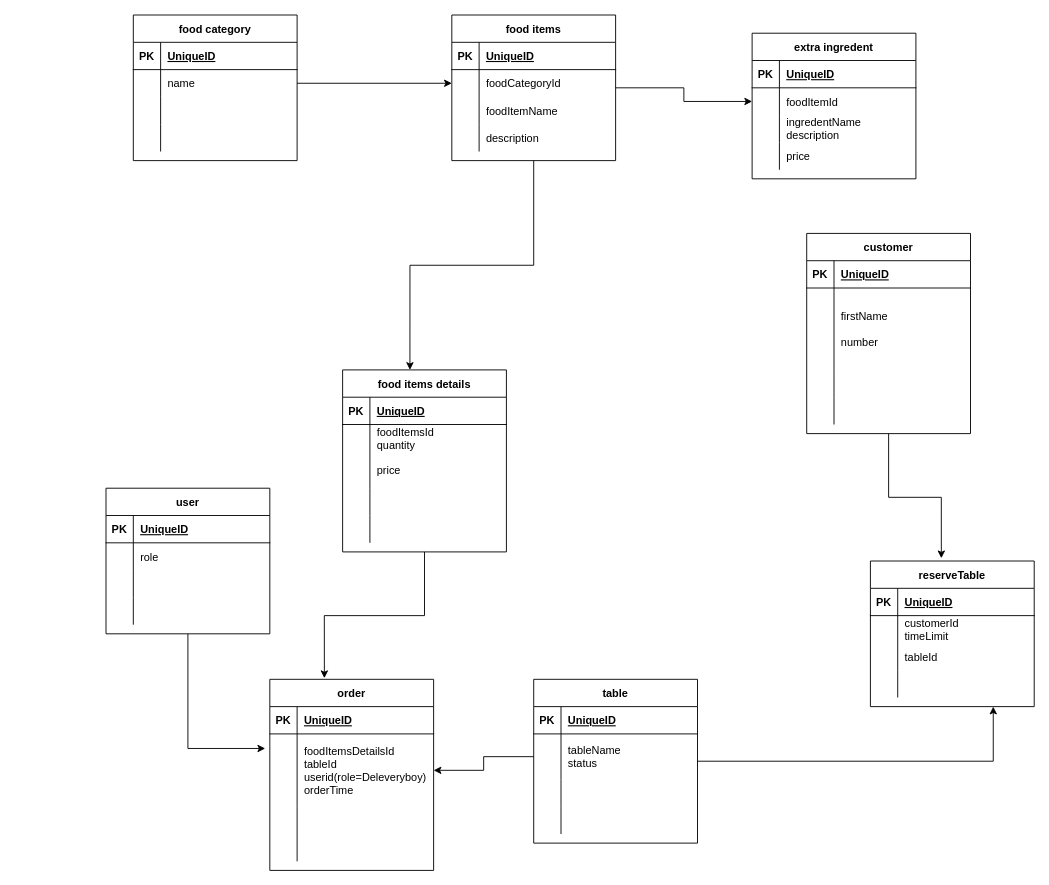
Earlier version of the draw.io diagram pointofsale.drawio (zaryabali786/erdDiagram). Source tidied: cells renumbered, new cells numbered last; positions are measured from the earlier drawing's top-left corner, leaving out a move shared by most shapes. Both pictures are drawn from the tidied source at 91%, with x=0, y=0 at pixel (106, 15).
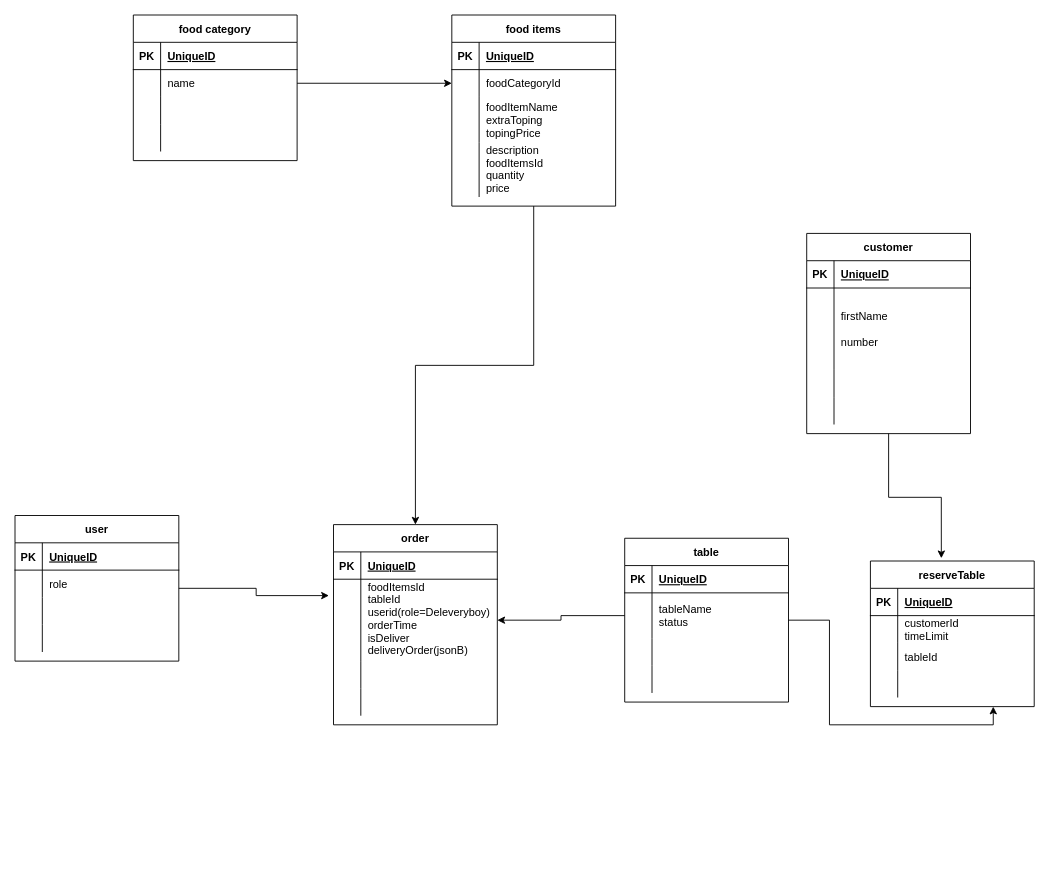
Above is the later version.

Change to the diagram source:
```diff
@@
     <mxCell id="2" value="order" style="shape=table;startSize=30;childLayout=tableLayout;rowLines=0;fontStyle=1;align=center;" parent="1" vertex="1">
-      <mxGeometry x="180" y="730" width="180" height="210" as="geometry" />
+      <mxGeometry x="250" y="560" width="180" height="220" as="geometry" />
     </mxCell>
@@
     <mxCell id="6" style="shape=tableRow;horizontal=0;startSize=0;swimlaneHead=0;swimlaneBody=0;fillColor=none;points=[[0,0.5],[1,0.5]];portConstraint=eastwest;top=0;left=0;right=0;bottom=0;" parent="2" vertex="1">
-      <mxGeometry y="60" width="180" height="80" as="geometry" />
+      <mxGeometry y="60" width="180" height="90" as="geometry" />
     </mxCell>
     <mxCell id="7" style="shape=partialRectangle;fillColor=none;top=0;left=0;bottom=0;right=0;overflow=hidden;" parent="6" vertex="1">
-      <mxGeometry width="30" height="80" as="geometry" />
+      <mxGeometry width="30" height="90" as="geometry" />
     </mxCell>
-    <mxCell id="8" value="foodItemsDetailsId&#10;tableId&#10;userid(role=Deleveryboy)&#10;orderTime" style="shape=partialRectangle;fillColor=none;top=0;left=0;bottom=0;right=0;align=left;spacingLeft=6;overflow=hidden;" parent="6" vertex="1">
-      <mxGeometry x="30" width="150" height="80" as="geometry" />
+    <mxCell id="8" value="foodItemsId&#10;tableId&#10;userid(role=Deleveryboy)&#10;orderTime&#10;isDeliver&#10;deliveryOrder(jsonB)&#10;" style="shape=partialRectangle;fillColor=none;top=0;left=0;bottom=0;right=0;align=left;spacingLeft=6;overflow=hidden;" parent="6" vertex="1">
+      <mxGeometry x="30" width="150" height="90" as="geometry" />
     </mxCell>
     <mxCell id="9" style="shape=tableRow;horizontal=0;startSize=0;swimlaneHead=0;swimlaneBody=0;fillColor=none;top=0;left=0;right=0;bottom=0;" parent="2" vertex="1">
-      <mxGeometry y="140" width="180" height="30" as="geometry" />
+      <mxGeometry y="150" width="180" height="30" as="geometry" />
     </mxCell>
@@
     <mxCell id="12" style="shape=tableRow;horizontal=0;startSize=0;swimlaneHead=0;swimlaneBody=0;fillColor=none;top=0;left=0;right=0;bottom=0;" parent="2" vertex="1">
-      <mxGeometry y="170" width="180" height="30" as="geometry" />
+      <mxGeometry y="180" width="180" height="30" as="geometry" />
     </mxCell>
@@
     <mxCell id="16" value="table" style="shape=table;startSize=30;childLayout=tableLayout;rowLines=0;fontStyle=1;align=center;" parent="1" vertex="1">
-      <mxGeometry x="470" y="730" width="180" height="180" as="geometry" />
+      <mxGeometry x="570" y="575" width="180" height="180" as="geometry" />
     </mxCell>
@@
-    <mxCell id="30" style="edgeStyle=orthogonalEdgeStyle;rounded=0;jettySize=auto;html=1;entryX=0.333;entryY=-0.006;entryDx=0;entryDy=0;entryPerimeter=0;" parent="1" edge="1" source="31" target="2">
-      <mxGeometry relative="1" as="geometry" />
-    </mxCell>
-    <mxCell id="31" value="food items details" style="shape=table;startSize=30;childLayout=tableLayout;rowLines=0;fontStyle=1;align=center;" parent="1" vertex="1">
-      <mxGeometry x="260" y="390" width="180" height="200" as="geometry" />
-    </mxCell>
-    <mxCell id="32" style="shape=tableRow;horizontal=0;startSize=0;swimlaneHead=0;swimlaneBody=0;fillColor=none;top=0;left=0;right=0;bottom=1;" parent="31" vertex="1">
-      <mxGeometry y="30" width="180" height="30" as="geometry" />
-    </mxCell>
-    <mxCell id="33" value="PK" style="shape=partialRectangle;fillColor=none;top=0;left=0;bottom=0;right=0;fontStyle=1;overflow=hidden;" parent="32" vertex="1">
-      <mxGeometry width="30" height="30" as="geometry" />
-    </mxCell>
-    <mxCell id="34" value="UniqueID" style="shape=partialRectangle;fillColor=none;top=0;left=0;bottom=0;right=0;align=left;spacingLeft=6;fontStyle=5;overflow=hidden;" parent="32" vertex="1">
-      <mxGeometry x="30" width="150" height="30" as="geometry" />
-    </mxCell>
-    <mxCell id="35" style="shape=tableRow;horizontal=0;startSize=0;swimlaneHead=0;swimlaneBody=0;fillColor=none;top=0;left=0;right=0;bottom=0;" parent="31" vertex="1">
-      <mxGeometry y="60" width="180" height="70" as="geometry" />
-    </mxCell>
-    <mxCell id="36" style="shape=partialRectangle;fillColor=none;top=0;left=0;bottom=0;right=0;overflow=hidden;" parent="35" vertex="1">
-      <mxGeometry width="30" height="70" as="geometry" />
-    </mxCell>
-    <mxCell id="37" value="foodItemsId&#10;quantity&#10;&#10;price&#10;" style="shape=partialRectangle;fillColor=none;top=0;left=0;bottom=0;right=0;align=left;spacingLeft=6;overflow=hidden;" parent="35" vertex="1">
-      <mxGeometry x="30" width="150" height="70" as="geometry" />
-    </mxCell>
-    <mxCell id="38" style="shape=tableRow;horizontal=0;startSize=0;swimlaneHead=0;swimlaneBody=0;fillColor=none;top=0;left=0;right=0;bottom=0;" parent="31" vertex="1">
-      <mxGeometry y="130" width="180" height="30" as="geometry" />
-    </mxCell>
-    <mxCell id="39" style="shape=partialRectangle;fillColor=none;top=0;left=0;bottom=0;right=0;overflow=hidden;" parent="38" vertex="1">
-      <mxGeometry width="30" height="30" as="geometry" />
-    </mxCell>
-    <mxCell id="40" style="shape=partialRectangle;fillColor=none;top=0;left=0;bottom=0;right=0;align=left;spacingLeft=6;overflow=hidden;" parent="38" vertex="1">
-      <mxGeometry x="30" width="150" height="30" as="geometry" />
-    </mxCell>
-    <mxCell id="41" style="shape=tableRow;horizontal=0;startSize=0;swimlaneHead=0;swimlaneBody=0;fillColor=none;top=0;left=0;right=0;bottom=0;" parent="31" vertex="1">
-      <mxGeometry y="160" width="180" height="30" as="geometry" />
-    </mxCell>
-    <mxCell id="42" style="shape=partialRectangle;fillColor=none;top=0;left=0;bottom=0;right=0;overflow=hidden;" parent="41" vertex="1">
-      <mxGeometry width="30" height="30" as="geometry" />
-    </mxCell>
-    <mxCell id="43" style="shape=partialRectangle;fillColor=none;top=0;left=0;bottom=0;right=0;align=left;spacingLeft=6;overflow=hidden;" parent="41" vertex="1">
-      <mxGeometry x="30" width="150" height="30" as="geometry" />
-    </mxCell>
@@
     <mxCell id="59" value="user" style="shape=table;startSize=30;childLayout=tableLayout;rowLines=0;fontStyle=1;align=center;" parent="1" vertex="1">
-      <mxGeometry y="520" width="180" height="160" as="geometry" />
+      <mxGeometry x="-100" y="550" width="180" height="160" as="geometry" />
     </mxCell>
@@
-    <mxCell id="85" style="edgeStyle=orthogonalEdgeStyle;rounded=0;jettySize=auto;html=1;entryX=0.411;entryY=0;entryDx=0;entryDy=0;entryPerimeter=0;" parent="1" edge="1" source="87" target="31">
-      <mxGeometry relative="1" as="geometry" />
-    </mxCell>
-    <mxCell id="86" style="edgeStyle=orthogonalEdgeStyle;rounded=0;jettySize=auto;html=1;entryX=0;entryY=0.5;entryDx=0;entryDy=0;" parent="1" edge="1" source="87" target="105">
-      <mxGeometry relative="1" as="geometry" />
-    </mxCell>
+    <mxCell id="127" style="edgeStyle=orthogonalEdgeStyle;rounded=0;jettySize=auto;html=1;entryX=0.5;entryY=0;entryDx=0;entryDy=0;" parent="1" edge="1" source="87" target="2">
+      <mxGeometry relative="1" as="geometry" />
+    </mxCell>
     <mxCell id="87" value="food items" style="shape=table;startSize=30;childLayout=tableLayout;rowLines=0;fontStyle=1;align=center;" parent="1" vertex="1">
-      <mxGeometry x="380" width="180" height="160" as="geometry" />
+      <mxGeometry x="380" width="180" height="210" as="geometry" />
     </mxCell>
@@
     <mxCell id="94" style="shape=tableRow;horizontal=0;startSize=0;swimlaneHead=0;swimlaneBody=0;fillColor=none;top=0;left=0;right=0;bottom=0;" parent="87" vertex="1">
-      <mxGeometry y="90" width="180" height="30" as="geometry" />
+      <mxGeometry y="90" width="180" height="50" as="geometry" />
     </mxCell>
     <mxCell id="95" style="shape=partialRectangle;fillColor=none;top=0;left=0;bottom=0;right=0;overflow=hidden;" parent="94" vertex="1">
-      <mxGeometry width="30" height="30" as="geometry" />
+      <mxGeometry width="30" height="50" as="geometry" />
     </mxCell>
-    <mxCell id="96" value="foodItemName" style="shape=partialRectangle;fillColor=none;top=0;left=0;bottom=0;right=0;align=left;spacingLeft=6;overflow=hidden;" parent="94" vertex="1">
-      <mxGeometry x="30" width="150" height="30" as="geometry" />
+    <mxCell id="96" value="foodItemName&#10;extraToping&#10;topingPrice" style="shape=partialRectangle;fillColor=none;top=0;left=0;bottom=0;right=0;align=left;spacingLeft=6;overflow=hidden;" parent="94" vertex="1">
+      <mxGeometry x="30" width="150" height="50" as="geometry" />
     </mxCell>
     <mxCell id="97" style="shape=tableRow;horizontal=0;startSize=0;swimlaneHead=0;swimlaneBody=0;fillColor=none;top=0;left=0;right=0;bottom=0;" parent="87" vertex="1">
-      <mxGeometry y="120" width="180" height="30" as="geometry" />
+      <mxGeometry y="140" width="180" height="60" as="geometry" />
     </mxCell>
     <mxCell id="98" style="shape=partialRectangle;fillColor=none;top=0;left=0;bottom=0;right=0;overflow=hidden;" parent="97" vertex="1">
-      <mxGeometry width="30" height="30" as="geometry" />
+      <mxGeometry width="30" height="60" as="geometry" />
     </mxCell>
-    <mxCell id="99" value="description" style="shape=partialRectangle;fillColor=none;top=0;left=0;bottom=0;right=0;align=left;spacingLeft=6;overflow=hidden;" parent="97" vertex="1">
-      <mxGeometry x="30" width="150" height="30" as="geometry" />
+    <mxCell id="99" value="description&#10;foodItemsId&#10;quantity&#10;price&#10;" style="shape=partialRectangle;fillColor=none;top=0;left=0;bottom=0;right=0;align=left;spacingLeft=6;overflow=hidden;" parent="97" vertex="1">
+      <mxGeometry x="30" width="150" height="60" as="geometry" />
     </mxCell>
@@
-    <mxCell id="101" value="extra ingredent" style="shape=table;startSize=30;childLayout=tableLayout;rowLines=0;fontStyle=1;align=center;" parent="1" vertex="1">
-      <mxGeometry x="710" y="20" width="180" height="160" as="geometry" />
-    </mxCell>
-    <mxCell id="102" style="shape=tableRow;horizontal=0;startSize=0;swimlaneHead=0;swimlaneBody=0;fillColor=none;top=0;left=0;right=0;bottom=1;" parent="101" vertex="1">
-      <mxGeometry y="30" width="180" height="30" as="geometry" />
-    </mxCell>
-    <mxCell id="103" value="PK" style="shape=partialRectangle;fillColor=none;top=0;left=0;bottom=0;right=0;fontStyle=1;overflow=hidden;" parent="102" vertex="1">
-      <mxGeometry width="30" height="30" as="geometry" />
-    </mxCell>
-    <mxCell id="104" value="UniqueID" style="shape=partialRectangle;fillColor=none;top=0;left=0;bottom=0;right=0;align=left;spacingLeft=6;fontStyle=5;overflow=hidden;" parent="102" vertex="1">
-      <mxGeometry x="30" width="150" height="30" as="geometry" />
-    </mxCell>
-    <mxCell id="105" style="shape=tableRow;horizontal=0;startSize=0;swimlaneHead=0;swimlaneBody=0;fillColor=none;points=[[0,0.5],[1,0.5]];portConstraint=eastwest;top=0;left=0;right=0;bottom=0;" parent="101" vertex="1">
-      <mxGeometry y="60" width="180" height="30" as="geometry" />
-    </mxCell>
-    <mxCell id="106" style="shape=partialRectangle;fillColor=none;top=0;left=0;bottom=0;right=0;overflow=hidden;" parent="105" vertex="1">
-      <mxGeometry width="30" height="30" as="geometry" />
-    </mxCell>
-    <mxCell id="107" value="foodItemId" style="shape=partialRectangle;fillColor=none;top=0;left=0;bottom=0;right=0;align=left;spacingLeft=6;overflow=hidden;" parent="105" vertex="1">
-      <mxGeometry x="30" width="150" height="30" as="geometry" />
-    </mxCell>
-    <mxCell id="108" style="shape=tableRow;horizontal=0;startSize=0;swimlaneHead=0;swimlaneBody=0;fillColor=none;top=0;left=0;right=0;bottom=0;" parent="101" vertex="1">
-      <mxGeometry y="90" width="180" height="30" as="geometry" />
-    </mxCell>
-    <mxCell id="109" style="shape=partialRectangle;fillColor=none;top=0;left=0;bottom=0;right=0;overflow=hidden;" parent="108" vertex="1">
-      <mxGeometry width="30" height="30" as="geometry" />
-    </mxCell>
-    <mxCell id="110" value="ingredentName&#10;description" style="shape=partialRectangle;fillColor=none;top=0;left=0;bottom=0;right=0;align=left;spacingLeft=6;overflow=hidden;" parent="108" vertex="1">
-      <mxGeometry x="30" width="150" height="30" as="geometry" />
-    </mxCell>
-    <mxCell id="111" style="shape=tableRow;horizontal=0;startSize=0;swimlaneHead=0;swimlaneBody=0;fillColor=none;top=0;left=0;right=0;bottom=0;" parent="101" vertex="1">
-      <mxGeometry y="120" width="180" height="30" as="geometry" />
-    </mxCell>
-    <mxCell id="112" style="shape=partialRectangle;fillColor=none;top=0;left=0;bottom=0;right=0;overflow=hidden;" parent="111" vertex="1">
-      <mxGeometry width="30" height="30" as="geometry" />
-    </mxCell>
-    <mxCell id="113" value="price" style="shape=partialRectangle;fillColor=none;top=0;left=0;bottom=0;right=0;align=left;spacingLeft=6;overflow=hidden;" parent="111" vertex="1">
-      <mxGeometry x="30" width="150" height="30" as="geometry" />
-    </mxCell>
```
